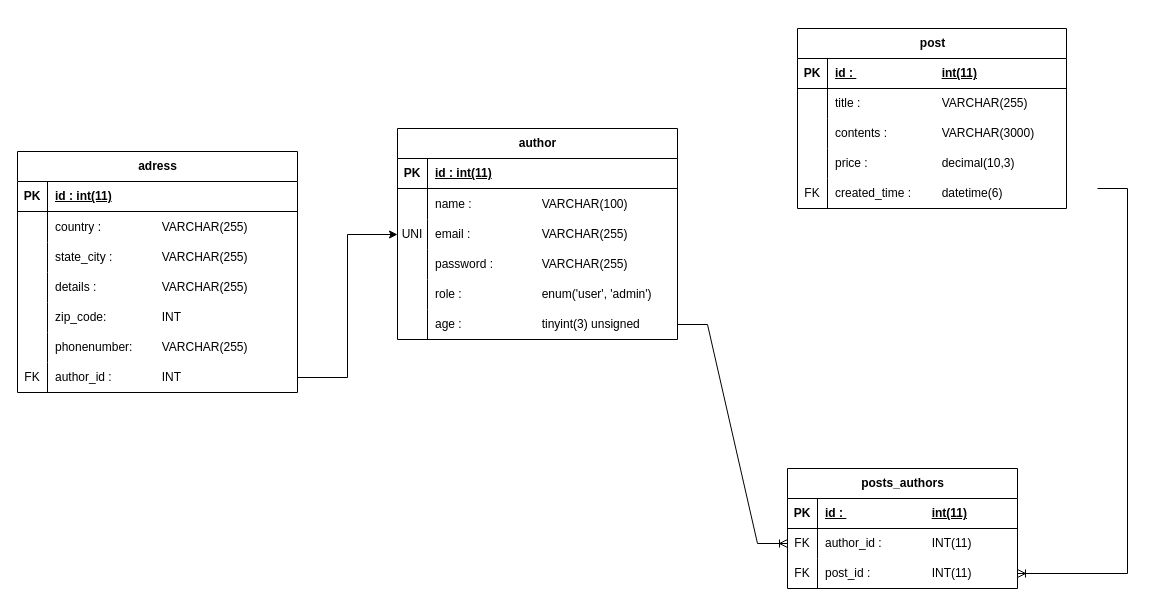
Before: page "relation_schema_orderingservice" (2 of 3) of project/my_diagram.drawio in lifedesigner88/mariadb_syntax_new, a draw.io diagram. Source tidied: cells renumbered, new cells numbered last; positions are measured from the earlier drawing's top-left corner, leaving out a move shared by most shapes. Both pictures are drawn from the tidied source at 100%, with x=0, y=0 at pixel (17, 28).
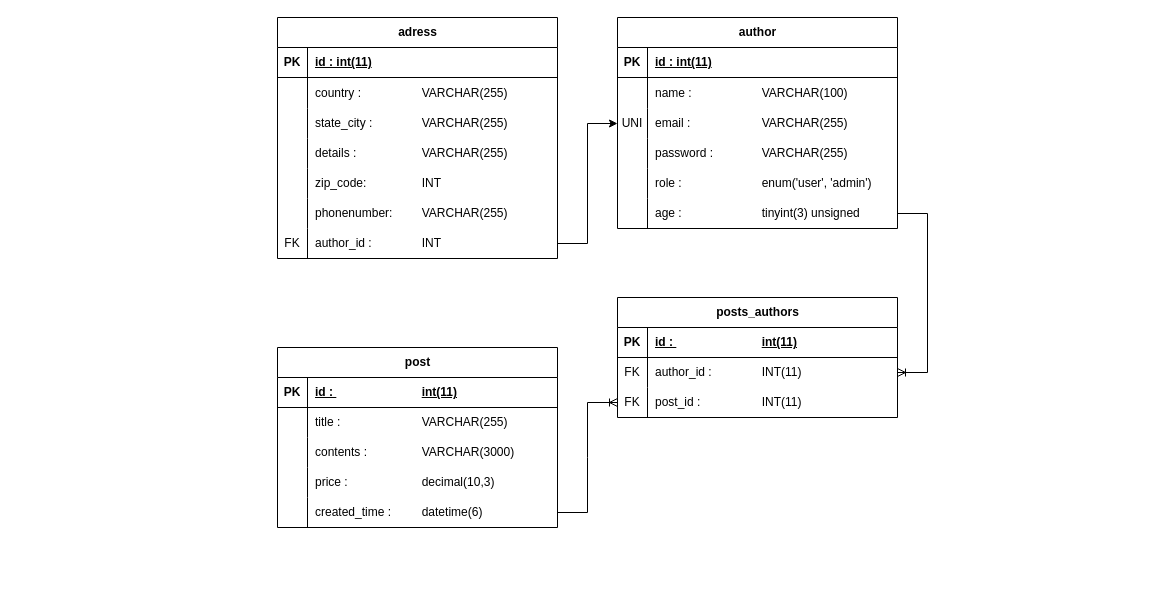
Above is the later version.

The change refers to these unchanged cells:
```xml
<mxCell id="18" style="shape=tableRow;horizontal=0;startSize=0;swimlaneHead=0;swimlaneBody=0;fillColor=none;points=[[0,0.5],[1,0.5]];portConstraint=eastwest;top=0;left=0;right=0;bottom=0;" parent="2" vertex="1">
  <mxGeometry y="181" width="280" height="30" as="geometry" />
</mxCell>
```

Change to the diagram source:
```diff
@@
     <mxCell id="2" value="author" style="shape=table;startSize=30;childLayout=tableLayout;rowLines=0;fontStyle=1;align=center;html=1;" parent="1" vertex="1">
-      <mxGeometry x="380" y="100" width="280" height="211" as="geometry" />
+      <mxGeometry x="600" y="-11" width="280" height="211" as="geometry" />
     </mxCell>
@@
     <mxCell id="21" value="post" style="shape=table;startSize=30;childLayout=tableLayout;rowLines=0;fontStyle=1;align=center;html=1;" parent="1" vertex="1">
-      <mxGeometry x="780" width="269" height="180" as="geometry" />
+      <mxGeometry x="260" y="319" width="280" height="180" as="geometry" />
     </mxCell>
     <mxCell id="22" style="shape=tableRow;horizontal=0;startSize=0;swimlaneHead=0;swimlaneBody=0;fillColor=none;top=0;left=0;right=0;bottom=1;" parent="21" vertex="1">
-      <mxGeometry y="30" width="269" height="30" as="geometry" />
+      <mxGeometry y="30" width="280" height="30" as="geometry" />
     </mxCell>
@@
     <mxCell id="24" value="id : &lt;span style=&quot;white-space: pre;&quot;&gt;&#9;&lt;/span&gt;&lt;span style=&quot;white-space: pre;&quot;&gt;&#9;&lt;/span&gt;&lt;span style=&quot;white-space: pre;&quot;&gt;&#9;&lt;/span&gt;&lt;span style=&quot;white-space: pre;&quot;&gt;&#9;&lt;/span&gt;int(11)" style="shape=partialRectangle;fillColor=none;top=0;left=0;bottom=0;right=0;align=left;spacingLeft=6;fontStyle=5;overflow=hidden;whiteSpace=wrap;html=1;" parent="22" vertex="1">
-      <mxGeometry x="30" width="239" height="30" as="geometry" />
+      <mxGeometry x="30" width="250" height="30" as="geometry" />
     </mxCell>
     <mxCell id="25" style="shape=tableRow;horizontal=0;startSize=0;swimlaneHead=0;swimlaneBody=0;fillColor=none;top=0;left=0;right=0;bottom=0;" parent="21" vertex="1">
-      <mxGeometry y="60" width="269" height="30" as="geometry" />
+      <mxGeometry y="60" width="280" height="30" as="geometry" />
     </mxCell>
@@
     <mxCell id="27" value="title : &lt;span style=&quot;white-space: pre;&quot;&gt;&#9;&lt;/span&gt;&lt;span style=&quot;white-space: pre;&quot;&gt;&#9;&lt;span style=&quot;white-space: pre;&quot;&gt;&#9;&lt;/span&gt;&lt;/span&gt;VARCHAR(255)" style="shape=partialRectangle;fillColor=none;top=0;left=0;bottom=0;right=0;align=left;spacingLeft=6;overflow=hidden;whiteSpace=wrap;html=1;" parent="25" vertex="1">
-      <mxGeometry x="30" width="239" height="30" as="geometry" />
+      <mxGeometry x="30" width="250" height="30" as="geometry" />
     </mxCell>
     <mxCell id="28" style="shape=tableRow;horizontal=0;startSize=0;swimlaneHead=0;swimlaneBody=0;fillColor=none;top=0;left=0;right=0;bottom=0;" parent="21" vertex="1">
-      <mxGeometry y="90" width="269" height="30" as="geometry" />
+      <mxGeometry y="90" width="280" height="30" as="geometry" />
     </mxCell>
@@
     <mxCell id="30" value="contents : &lt;span style=&quot;white-space: pre;&quot;&gt;&#9;&lt;span style=&quot;white-space: pre;&quot;&gt;&#9;&lt;/span&gt;&lt;/span&gt;VARCHAR(3000)" style="shape=partialRectangle;fillColor=none;top=0;left=0;bottom=0;right=0;align=left;spacingLeft=6;overflow=hidden;whiteSpace=wrap;html=1;" parent="28" vertex="1">
-      <mxGeometry x="30" width="239" height="30" as="geometry" />
+      <mxGeometry x="30" width="250" height="30" as="geometry" />
     </mxCell>
     <mxCell id="31" style="shape=tableRow;horizontal=0;startSize=0;swimlaneHead=0;swimlaneBody=0;fillColor=none;top=0;left=0;right=0;bottom=0;" parent="21" vertex="1">
-      <mxGeometry y="120" width="269" height="30" as="geometry" />
+      <mxGeometry y="120" width="280" height="30" as="geometry" />
     </mxCell>
@@
     <mxCell id="33" value="price :&lt;span style=&quot;white-space: pre;&quot;&gt;&#9;&lt;/span&gt;&lt;span style=&quot;white-space: pre;&quot;&gt;&#9;&lt;span style=&quot;white-space: pre;&quot;&gt;&#9;&lt;/span&gt;&lt;/span&gt;decimal(10,3)" style="shape=partialRectangle;fillColor=none;top=0;left=0;bottom=0;right=0;align=left;spacingLeft=6;overflow=hidden;whiteSpace=wrap;html=1;" parent="31" vertex="1">
-      <mxGeometry x="30" width="239" height="30" as="geometry" />
+      <mxGeometry x="30" width="250" height="30" as="geometry" />
     </mxCell>
     <mxCell id="34" style="shape=tableRow;horizontal=0;startSize=0;swimlaneHead=0;swimlaneBody=0;fillColor=none;points=[[0,0.5],[1,0.5]];portConstraint=eastwest;top=0;left=0;right=0;bottom=0;" parent="21" vertex="1">
-      <mxGeometry y="150" width="269" height="30" as="geometry" />
+      <mxGeometry y="150" width="280" height="30" as="geometry" />
     </mxCell>
-    <mxCell id="35" value="FK" style="shape=partialRectangle;fillColor=none;top=0;left=0;bottom=0;right=0;overflow=hidden;whiteSpace=wrap;html=1;" parent="34" vertex="1">
+    <mxCell id="35" style="shape=partialRectangle;fillColor=none;top=0;left=0;bottom=0;right=0;overflow=hidden;whiteSpace=wrap;html=1;" parent="34" vertex="1">
       <mxGeometry width="30" height="30" as="geometry" />
     </mxCell>
     <mxCell id="36" value="created_time : &lt;span style=&quot;white-space: pre;&quot;&gt;&#9;&lt;/span&gt;datetime(6)" style="shape=partialRectangle;fillColor=none;top=0;left=0;bottom=0;right=0;align=left;spacingLeft=6;overflow=hidden;whiteSpace=wrap;html=1;" parent="34" vertex="1">
-      <mxGeometry x="30" width="239" height="30" as="geometry" />
+      <mxGeometry x="30" width="250" height="30" as="geometry" />
     </mxCell>
     <mxCell id="37" value="adress" style="shape=table;startSize=30;childLayout=tableLayout;rowLines=0;fontStyle=1;align=center;html=1;" parent="1" vertex="1">
-      <mxGeometry y="123" width="280" height="241" as="geometry" />
+      <mxGeometry x="260" y="-11" width="280" height="241" as="geometry" />
     </mxCell>
@@
     <mxCell id="59" value="posts_authors" style="shape=table;startSize=30;childLayout=tableLayout;rowLines=0;fontStyle=1;align=center;html=1;" parent="1" vertex="1">
-      <mxGeometry x="770" y="440" width="230" height="120" as="geometry" />
+      <mxGeometry x="600" y="269" width="280" height="120" as="geometry" />
     </mxCell>
     <mxCell id="60" style="shape=tableRow;horizontal=0;startSize=0;swimlaneHead=0;swimlaneBody=0;fillColor=none;top=0;left=0;right=0;bottom=1;" parent="59" vertex="1">
-      <mxGeometry y="30" width="230" height="30" as="geometry" />
+      <mxGeometry y="30" width="280" height="30" as="geometry" />
     </mxCell>
@@
     <mxCell id="62" value="id : &lt;span style=&quot;white-space: pre;&quot;&gt;&#9;&lt;/span&gt;&lt;span style=&quot;white-space: pre;&quot;&gt;&#9;&lt;/span&gt;&lt;span style=&quot;white-space: pre;&quot;&gt;&#9;&lt;/span&gt;&lt;span style=&quot;white-space: pre;&quot;&gt;&#9;&lt;/span&gt;int(11)" style="shape=partialRectangle;fillColor=none;top=0;left=0;bottom=0;right=0;align=left;spacingLeft=6;fontStyle=5;overflow=hidden;whiteSpace=wrap;html=1;" parent="60" vertex="1">
-      <mxGeometry x="30" width="200" height="30" as="geometry" />
+      <mxGeometry x="30" width="250" height="30" as="geometry" />
     </mxCell>
     <mxCell id="63" style="shape=tableRow;horizontal=0;startSize=0;swimlaneHead=0;swimlaneBody=0;fillColor=none;points=[[0,0.5],[1,0.5]];portConstraint=eastwest;top=0;left=0;right=0;bottom=0;" parent="59" vertex="1">
-      <mxGeometry y="60" width="230" height="30" as="geometry" />
+      <mxGeometry y="60" width="280" height="30" as="geometry" />
     </mxCell>
@@
     <mxCell id="65" value="author_id : &lt;span style=&quot;white-space: pre;&quot;&gt;&#9;&lt;/span&gt;&lt;span style=&quot;white-space: pre;&quot;&gt;&#9;&lt;/span&gt;INT(11)" style="shape=partialRectangle;fillColor=none;top=0;left=0;bottom=0;right=0;align=left;spacingLeft=6;overflow=hidden;whiteSpace=wrap;html=1;" parent="63" vertex="1">
-      <mxGeometry x="30" width="200" height="30" as="geometry" />
+      <mxGeometry x="30" width="250" height="30" as="geometry" />
     </mxCell>
     <mxCell id="66" style="shape=tableRow;horizontal=0;startSize=0;swimlaneHead=0;swimlaneBody=0;fillColor=none;points=[[0,0.5],[1,0.5]];portConstraint=eastwest;top=0;left=0;right=0;bottom=0;" parent="59" vertex="1">
-      <mxGeometry y="90" width="230" height="30" as="geometry" />
+      <mxGeometry y="90" width="280" height="30" as="geometry" />
     </mxCell>
@@
     <mxCell id="68" value="post_id :&amp;nbsp;&lt;span style=&quot;white-space: pre;&quot;&gt;&#9;&lt;/span&gt;&lt;span style=&quot;white-space: pre;&quot;&gt;&#9;&lt;/span&gt;&lt;span style=&quot;white-space: pre;&quot;&gt;&#9;&lt;/span&gt;INT(11)" style="shape=partialRectangle;fillColor=none;top=0;left=0;bottom=0;right=0;align=left;spacingLeft=6;overflow=hidden;whiteSpace=wrap;html=1;" parent="66" vertex="1">
-      <mxGeometry x="30" width="200" height="30" as="geometry" />
+      <mxGeometry x="30" width="250" height="30" as="geometry" />
     </mxCell>
@@
-    <mxCell id="70" style="edgeStyle=entityRelationEdgeStyle;fontSize=12;html=1;endArrow=ERoneToMany;rounded=0;entryX=0;entryY=0.5;entryDx=0;entryDy=0;" parent="1" edge="1" source="18" target="63">
+    <mxCell id="70" style="edgeStyle=entityRelationEdgeStyle;fontSize=12;html=1;endArrow=ERoneToMany;rounded=0;entryX=1;entryY=0.5;entryDx=0;entryDy=0;" parent="1" edge="1" source="18" target="63">
       <mxGeometry relative="1" as="geometry">
         <Array as="points">
-          <mxPoint x="540" y="440" />
-          <mxPoint x="560" y="420" />
+          <mxPoint x="760" y="329" />
+          <mxPoint x="780" y="309" />
         </Array>
       </mxGeometry>
     </mxCell>
-    <mxCell id="71" style="edgeStyle=entityRelationEdgeStyle;fontSize=12;html=1;endArrow=ERoneToMany;rounded=0;entryX=1;entryY=0.5;entryDx=0;entryDy=0;" parent="1" edge="1" target="66">
+    <mxCell id="71" style="edgeStyle=entityRelationEdgeStyle;fontSize=12;html=1;endArrow=ERoneToMany;rounded=0;" parent="1" edge="1" source="34" target="66">
       <mxGeometry relative="1" as="geometry">
-        <mxPoint x="1080" y="160" as="sourcePoint" />
         <Array as="points">
-          <mxPoint x="1130" y="265" />
-          <mxPoint x="1070" y="250" />
-          <mxPoint x="1040" y="350" />
-          <mxPoint x="1110" y="265" />
+          <mxPoint x="1350" y="154" />
+          <mxPoint x="1290" y="139" />
+          <mxPoint x="1260" y="239" />
+          <mxPoint x="1330" y="154" />
         </Array>
       </mxGeometry>
     </mxCell>
```
